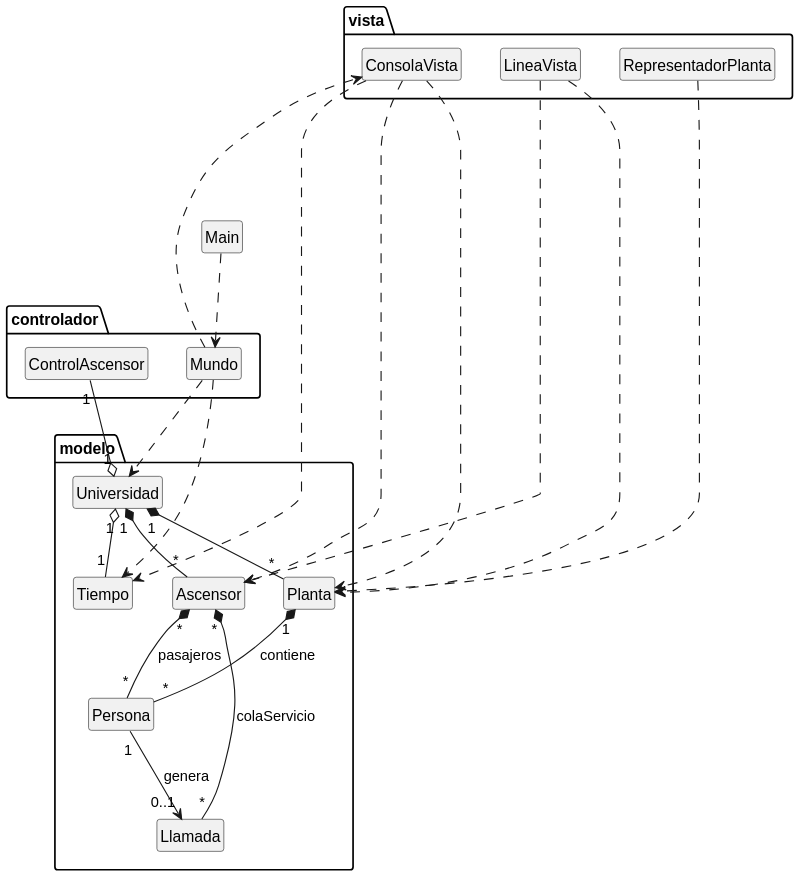
Above: images/MdD/DdC/DdC.svg in celiabecerril/24-25-IdSw2-SDD (PlantUML), before the change.
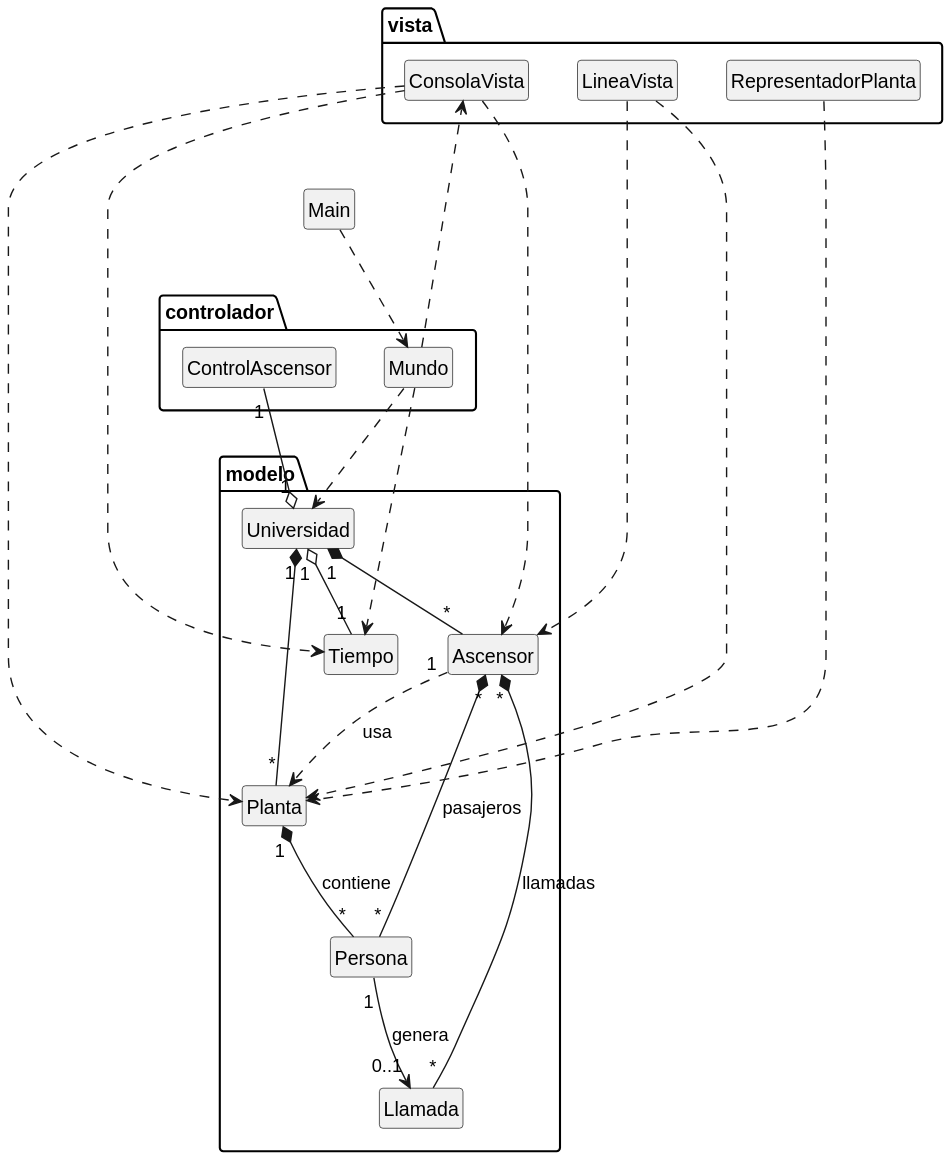
The same diagram one commit later.

Commit message:
Modelo del dominio actualizado

Change to the diagram source:
```diff
@@ -4,17 +4,37 @@
 skinparam classAttributeIconSize 0
 
 package modelo {
-  class Universidad {}
-  class Planta {}
-  class Persona {}
-  class Llamada {}
-  class Ascensor {}
+  class Universidad {
+
+  }
+
+  class Planta {
+
+  }
+
+  class Persona {
+
+  }
+
+  class Llamada {
+
+  }
+
+  class Ascensor {
+
+  }
+
   class Tiempo {}
 }
 
 package controlador {
-  class ControlAscensor {}
-  class Mundo {}
+  class ControlAscensor {
+
+  }
+
+  class Mundo {
+
+  }
 }
 
 package vista {
@@ -29,10 +49,12 @@
 modelo.Universidad "1" *-- "*" modelo.Ascensor
 modelo.Universidad "1" o-- "1" controlador.ControlAscensor
 modelo.Universidad "1" o-- "1" modelo.Tiempo
-modelo.Planta       "1" *-- "*" modelo.Persona    : contiene
-modelo.Ascensor     "*" *-- "*" modelo.Persona    : pasajeros
-modelo.Ascensor     "*" *-- "*" modelo.Llamada    : colaServicio
-modelo.Persona      "1" --> "0..1" modelo.Llamada  : genera
+
+modelo.Planta "1" *-- "*" modelo.Persona : contiene
+modelo.Ascensor "*" *-- "*" modelo.Persona : pasajeros
+modelo.Ascensor "*" *-- "*" modelo.Llamada : llamadas
+modelo.Persona "1" --> "0..1" modelo.Llamada : genera
+modelo.Ascensor "1" ..> modelo.Planta : usa
 
 controlador.Mundo ..> modelo.Universidad
 controlador.Mundo ..> modelo.Tiempo
```
